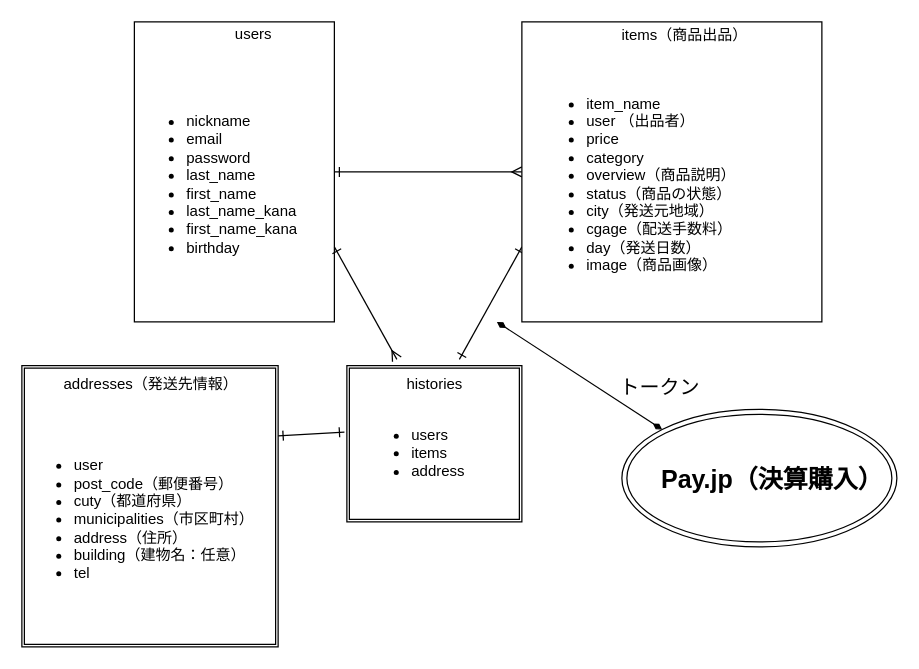
The draw.io diagram furima_ER.dio in MotoSaku/furima-36662, before the edit. Source tidied: cells renumbered, new cells numbered last; positions are measured from the earlier drawing's top-left corner, leaving out a move shared by most shapes. Both pictures are drawn from the tidied source at 125%, with x=0, y=0 at pixel (21, 21).
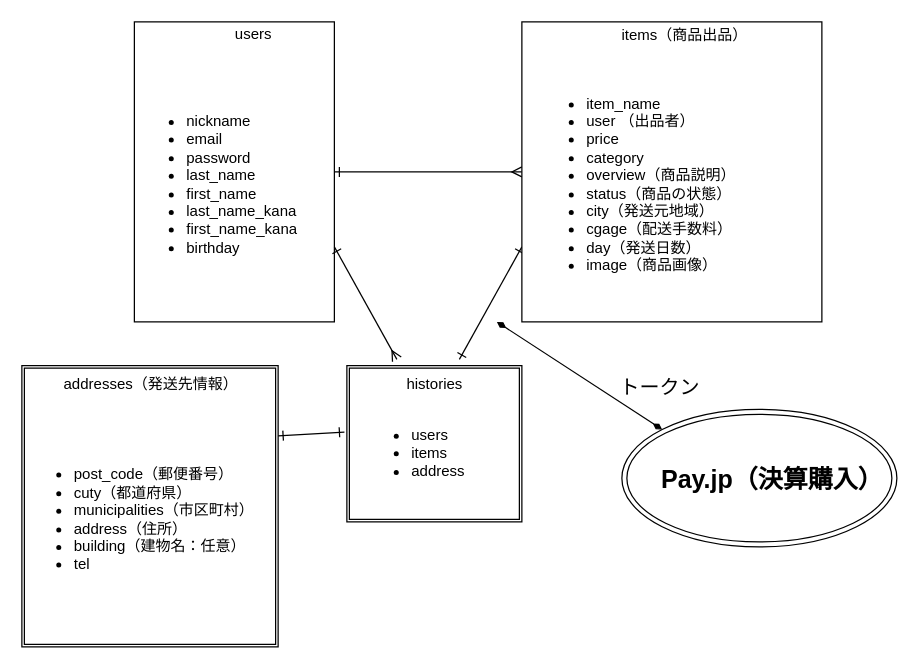
After the change.

Commit message (it also covers changes not shown here):
DB設計 再修正

What changed in the source:
```diff
@@
-    <mxCell id="17" value="&lt;ul&gt;&lt;li&gt;user&lt;/li&gt;&lt;li&gt;post_code（郵便番号）&lt;/li&gt;&lt;li&gt;cuty（都道府県）&lt;/li&gt;&lt;li&gt;municipalities（市区町村）&lt;/li&gt;&lt;li&gt;address（住所）&lt;/li&gt;&lt;li&gt;building（建物名：任意）&lt;/li&gt;&lt;li&gt;tel&lt;/li&gt;&lt;/ul&gt;" style="text;strokeColor=none;fillColor=none;html=1;whiteSpace=wrap;verticalAlign=middle;overflow=hidden;" parent="1" vertex="1">
+    <mxCell id="17" value="&lt;ul&gt;&lt;li&gt;post_code（郵便番号）&lt;/li&gt;&lt;li&gt;cuty（都道府県）&lt;/li&gt;&lt;li&gt;municipalities（市区町村）&lt;/li&gt;&lt;li&gt;address（住所）&lt;/li&gt;&lt;li&gt;building（建物名：任意）&lt;/li&gt;&lt;li&gt;tel&lt;/li&gt;&lt;/ul&gt;" style="text;strokeColor=none;fillColor=none;html=1;whiteSpace=wrap;verticalAlign=middle;overflow=hidden;" parent="1" vertex="1">
       <mxGeometry y="305" width="190" height="185" as="geometry" />
     </mxCell>
```
